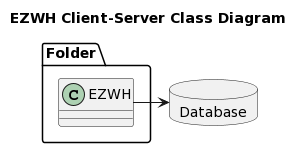
Before: DesignDocumentIMG/packageDiagram.png, a diagram exported from PlantUML (dscre99/EzWh).
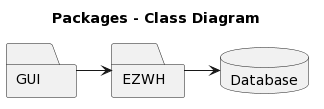
The same diagram one commit later.

Commit message:
New possible version og packageDiagram

Diff of the diagram source:
```diff
@@ -1,15 +1,20 @@
 @startuml
-title EZWH Client-Server Class Diagram
+title Packages - Class Diagram
 
 
-package Folder <<Folder>> {
-  class EZWH
+package GUI <<Folder>> {
+
 }
 
+package EZWH <<Folder>> {
+
+}
 
 package Database <<Database>> {
 
 }
 
+GUI -> EZWH
+
 EZWH-> Database
 @enduml
```
